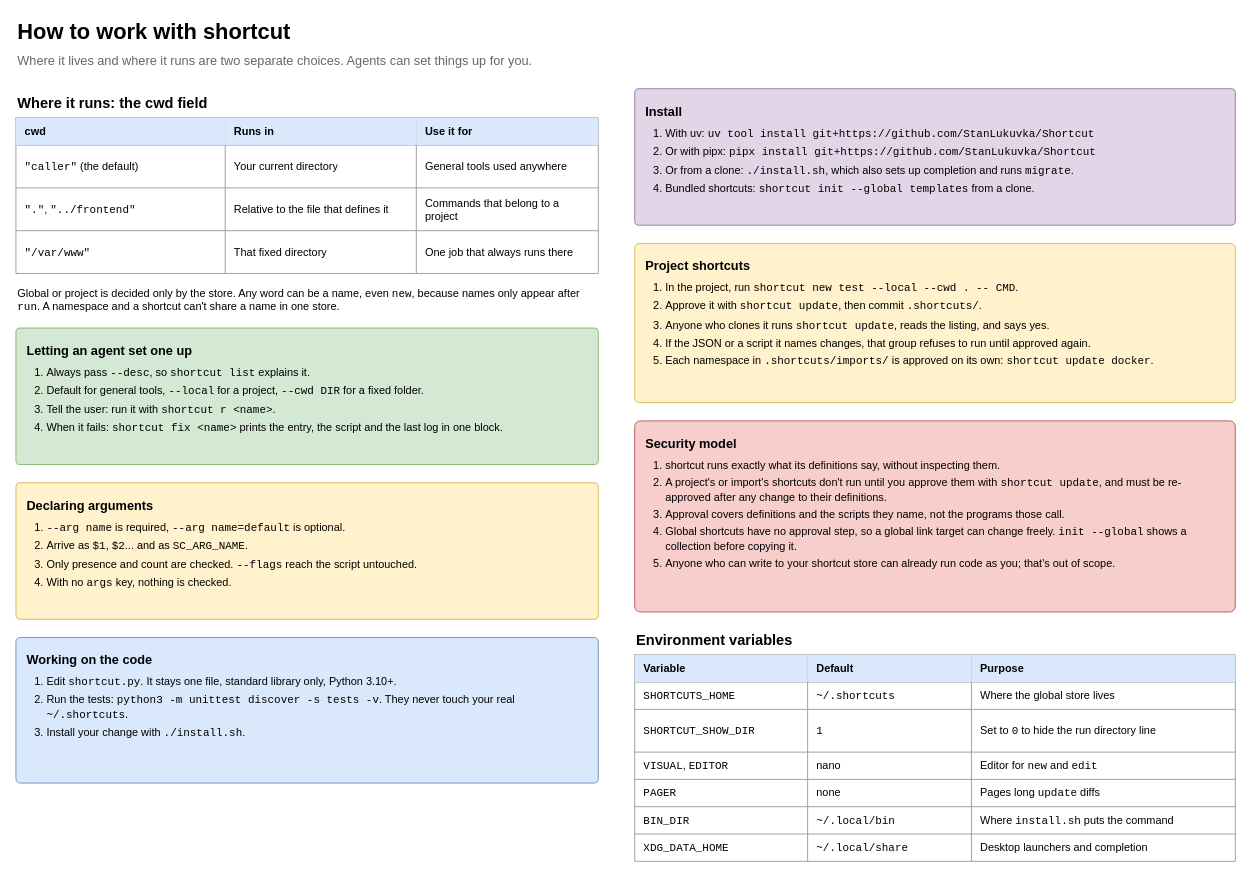
StanLukuvka/Shortcut keeps this draw.io diagram as page "3 Working with it" (3 of 5) of docs/shortcut-overview.drawio. Above is the earlier version. Source tidied: cells renumbered, new cells numbered last; positions are measured from the earlier drawing's top-left corner, leaving out a move shared by most shapes. Both pictures are drawn from the tidied source at 91%, with x=0, y=0 at pixel (15, 15).
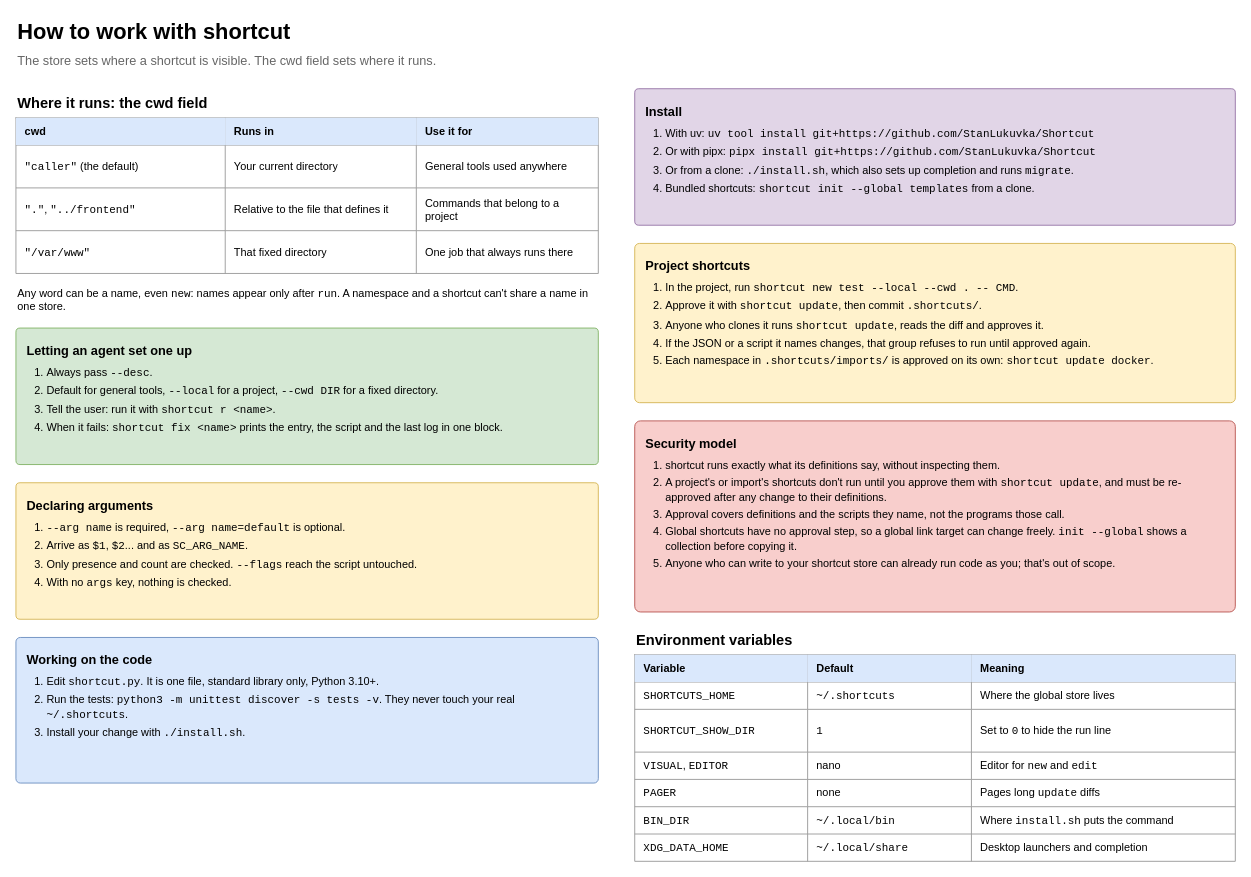
After the change.

Unchanged cells that the change refers to:
```xml
<mxCell id="31" style="shape=tableRow;horizontal=0;startSize=0;swimlaneHead=0;swimlaneBody=0;strokeColor=inherit;top=0;left=0;bottom=0;right=0;fillColor=none;html=1;" parent="30" vertex="1">
  <mxGeometry width="660" height="30" as="geometry" />
</mxCell>
<mxCell id="39" style="shape=tableRow;horizontal=0;startSize=0;swimlaneHead=0;swimlaneBody=0;strokeColor=inherit;top=0;left=0;bottom=0;right=0;fillColor=none;html=1;" parent="30" vertex="1">
  <mxGeometry y="60" width="660" height="47" as="geometry" />
</mxCell>
```

What changed in the source:
```diff
@@
-    <mxCell id="3" value="Where it lives and where it runs are two separate choices. Agents can set things up for you." style="text;html=1;align=left;verticalAlign=middle;fontSize=14;fontColor=#666666;strokeColor=none;fillColor=none;whiteSpace=wrap;" parent="1" vertex="1">
+    <mxCell id="3" value="The store sets where a shortcut is visible. The cwd field sets where it runs." style="text;html=1;align=left;verticalAlign=middle;fontSize=14;fontColor=#666666;strokeColor=none;fillColor=none;whiteSpace=wrap;" parent="1" vertex="1">
       <mxGeometry y="36" width="1340" height="26" as="geometry" />
     </mxCell>
@@
-    <mxCell id="22" value="Global or project is decided only by the store. Any word can be a name, even &lt;font face=&quot;monospace&quot;&gt;new&lt;/font&gt;, because names only appear after &lt;font face=&quot;monospace&quot;&gt;run&lt;/font&gt;. A namespace and a shortcut can't share a name in one store." style="text;html=1;align=left;verticalAlign=top;fontSize=12;strokeColor=none;fillColor=none;whiteSpace=wrap;" parent="1" vertex="1">
+    <mxCell id="22" value="Any word can be a name, even &lt;font face=&quot;monospace&quot;&gt;new&lt;/font&gt;: names appear only after &lt;font face=&quot;monospace&quot;&gt;run&lt;/font&gt;. A namespace and a shortcut can't share a name in one store." style="text;html=1;align=left;verticalAlign=top;fontSize=12;strokeColor=none;fillColor=none;whiteSpace=wrap;" parent="1" vertex="1">
       <mxGeometry y="291" width="640" height="44" as="geometry" />
     </mxCell>
@@
-    <mxCell id="24" value="&lt;b style='font-size:14px'&gt;Project shortcuts&lt;/b&gt;&lt;ol style='margin:8px 0 0 0;padding-left:22px'&gt;&lt;li style='margin-bottom:5px'&gt;In the project, run &lt;font face=&quot;monospace&quot;&gt;shortcut new test --local --cwd . -- CMD&lt;/font&gt;.&lt;/li&gt;&lt;li style='margin-bottom:5px'&gt;Approve it with &lt;font face=&quot;monospace&quot;&gt;shortcut update&lt;/font&gt;, then commit &lt;font face=&quot;monospace&quot;&gt;.shortcuts/&lt;/font&gt;.&lt;/li&gt;&lt;li style='margin-bottom:5px'&gt;Anyone who clones it runs &lt;font face=&quot;monospace&quot;&gt;shortcut update&lt;/font&gt;, reads the listing, and says yes.&lt;/li&gt;&lt;li style='margin-bottom:5px'&gt;If the JSON or a script it names changes, that group refuses to run until approved again.&lt;/li&gt;&lt;li style='margin-bottom:5px'&gt;Each namespace in &lt;font face=&quot;monospace&quot;&gt;.shortcuts/imports/&lt;/font&gt; is approved on its own: &lt;font face=&quot;monospace&quot;&gt;shortcut update docker&lt;/font&gt;.&lt;/li&gt;&lt;/ol&gt;" style="rounded=1;whiteSpace=wrap;html=1;arcSize=3;fillColor=#fff2cc;strokeColor=#d6b656;fontSize=12;align=left;verticalAlign=top;spacing=12;" parent="1" vertex="1">
+    <mxCell id="24" value="&lt;b style='font-size:14px'&gt;Project shortcuts&lt;/b&gt;&lt;ol style='margin:8px 0 0 0;padding-left:22px'&gt;&lt;li style='margin-bottom:5px'&gt;In the project, run &lt;font face=&quot;monospace&quot;&gt;shortcut new test --local --cwd . -- CMD&lt;/font&gt;.&lt;/li&gt;&lt;li style='margin-bottom:5px'&gt;Approve it with &lt;font face=&quot;monospace&quot;&gt;shortcut update&lt;/font&gt;, then commit &lt;font face=&quot;monospace&quot;&gt;.shortcuts/&lt;/font&gt;.&lt;/li&gt;&lt;li style='margin-bottom:5px'&gt;Anyone who clones it runs &lt;font face=&quot;monospace&quot;&gt;shortcut update&lt;/font&gt;, reads the diff and approves it.&lt;/li&gt;&lt;li style='margin-bottom:5px'&gt;If the JSON or a script it names changes, that group refuses to run until approved again.&lt;/li&gt;&lt;li style='margin-bottom:5px'&gt;Each namespace in &lt;font face=&quot;monospace&quot;&gt;.shortcuts/imports/&lt;/font&gt; is approved on its own: &lt;font face=&quot;monospace&quot;&gt;shortcut update docker&lt;/font&gt;.&lt;/li&gt;&lt;/ol&gt;" style="rounded=1;whiteSpace=wrap;html=1;arcSize=3;fillColor=#fff2cc;strokeColor=#d6b656;fontSize=12;align=left;verticalAlign=top;spacing=12;" parent="1" vertex="1">
       <mxGeometry x="680" y="250" width="660" height="175" as="geometry" />
     </mxCell>
@@
-    <mxCell id="26" value="&lt;b style='font-size:14px'&gt;Letting an agent set one up&lt;/b&gt;&lt;ol style='margin:8px 0 0 0;padding-left:22px'&gt;&lt;li style='margin-bottom:5px'&gt;Always pass &lt;font face=&quot;monospace&quot;&gt;--desc&lt;/font&gt;, so &lt;font face=&quot;monospace&quot;&gt;shortcut list&lt;/font&gt; explains it.&lt;/li&gt;&lt;li style='margin-bottom:5px'&gt;Default for general tools, &lt;font face=&quot;monospace&quot;&gt;--local&lt;/font&gt; for a project, &lt;font face=&quot;monospace&quot;&gt;--cwd DIR&lt;/font&gt; for a fixed folder.&lt;/li&gt;&lt;li style='margin-bottom:5px'&gt;Tell the user: run it with &lt;font face=&quot;monospace&quot;&gt;shortcut r &amp;lt;name&amp;gt;&lt;/font&gt;.&lt;/li&gt;&lt;li style='margin-bottom:5px'&gt;When it fails: &lt;font face=&quot;monospace&quot;&gt;shortcut fix &amp;lt;name&amp;gt;&lt;/font&gt; prints the entry, the script and the last log in one block.&lt;/li&gt;&lt;/ol&gt;" style="rounded=1;whiteSpace=wrap;html=1;arcSize=3;fillColor=#d5e8d4;strokeColor=#82b366;fontSize=12;align=left;verticalAlign=top;spacing=12;" parent="1" vertex="1">
+    <mxCell id="26" value="&lt;b style='font-size:14px'&gt;Letting an agent set one up&lt;/b&gt;&lt;ol style='margin:8px 0 0 0;padding-left:22px'&gt;&lt;li style='margin-bottom:5px'&gt;Always pass &lt;font face=&quot;monospace&quot;&gt;--desc&lt;/font&gt;.&lt;/li&gt;&lt;li style='margin-bottom:5px'&gt;Default for general tools, &lt;font face=&quot;monospace&quot;&gt;--local&lt;/font&gt; for a project, &lt;font face=&quot;monospace&quot;&gt;--cwd DIR&lt;/font&gt; for a fixed directory.&lt;/li&gt;&lt;li style='margin-bottom:5px'&gt;Tell the user: run it with &lt;font face=&quot;monospace&quot;&gt;shortcut r &amp;lt;name&amp;gt;&lt;/font&gt;.&lt;/li&gt;&lt;li style='margin-bottom:5px'&gt;When it fails: &lt;font face=&quot;monospace&quot;&gt;shortcut fix &amp;lt;name&amp;gt;&lt;/font&gt; prints the entry, the script and the last log in one block.&lt;/li&gt;&lt;/ol&gt;" style="rounded=1;whiteSpace=wrap;html=1;arcSize=3;fillColor=#d5e8d4;strokeColor=#82b366;fontSize=12;align=left;verticalAlign=top;spacing=12;" parent="1" vertex="1">
       <mxGeometry y="343" width="640" height="150" as="geometry" />
     </mxCell>
@@
-    <mxCell id="28" value="&lt;b style='font-size:14px'&gt;Working on the code&lt;/b&gt;&lt;ol style='margin:8px 0 0 0;padding-left:22px'&gt;&lt;li style='margin-bottom:5px'&gt;Edit &lt;font face=&quot;monospace&quot;&gt;shortcut.py&lt;/font&gt;. It stays one file, standard library only, Python 3.10+.&lt;/li&gt;&lt;li style='margin-bottom:5px'&gt;Run the tests: &lt;font face=&quot;monospace&quot;&gt;python3 -m unittest discover -s tests -v&lt;/font&gt;. They never touch your real &lt;font face=&quot;monospace&quot;&gt;~/.shortcuts&lt;/font&gt;.&lt;/li&gt;&lt;li style='margin-bottom:5px'&gt;Install your change with &lt;font face=&quot;monospace&quot;&gt;./install.sh&lt;/font&gt;.&lt;/li&gt;&lt;/ol&gt;" style="rounded=1;whiteSpace=wrap;html=1;arcSize=3;fillColor=#dae8fc;strokeColor=#6c8ebf;fontSize=12;align=left;verticalAlign=top;spacing=12;" parent="1" vertex="1">
+    <mxCell id="28" value="&lt;b style='font-size:14px'&gt;Working on the code&lt;/b&gt;&lt;ol style='margin:8px 0 0 0;padding-left:22px'&gt;&lt;li style='margin-bottom:5px'&gt;Edit &lt;font face=&quot;monospace&quot;&gt;shortcut.py&lt;/font&gt;. It is one file, standard library only, Python 3.10+.&lt;/li&gt;&lt;li style='margin-bottom:5px'&gt;Run the tests: &lt;font face=&quot;monospace&quot;&gt;python3 -m unittest discover -s tests -v&lt;/font&gt;. They never touch your real &lt;font face=&quot;monospace&quot;&gt;~/.shortcuts&lt;/font&gt;.&lt;/li&gt;&lt;li style='margin-bottom:5px'&gt;Install your change with &lt;font face=&quot;monospace&quot;&gt;./install.sh&lt;/font&gt;.&lt;/li&gt;&lt;/ol&gt;" style="rounded=1;whiteSpace=wrap;html=1;arcSize=3;fillColor=#dae8fc;strokeColor=#6c8ebf;fontSize=12;align=left;verticalAlign=top;spacing=12;" parent="1" vertex="1">
       <mxGeometry y="683" width="640" height="160" as="geometry" />
     </mxCell>
@@
-    <mxCell id="34" value="&lt;b&gt;Purpose&lt;/b&gt;" style="shape=partialRectangle;html=1;whiteSpace=wrap;strokeColor=inherit;overflow=hidden;fillColor=#dae8fc;top=0;left=0;bottom=0;right=0;align=left;verticalAlign=middle;spacingLeft=8;spacingRight=6;fontSize=12;" parent="31" vertex="1">
+    <mxCell id="34" value="&lt;b&gt;Meaning&lt;/b&gt;" style="shape=partialRectangle;html=1;whiteSpace=wrap;strokeColor=inherit;overflow=hidden;fillColor=#dae8fc;top=0;left=0;bottom=0;right=0;align=left;verticalAlign=middle;spacingLeft=8;spacingRight=6;fontSize=12;" parent="31" vertex="1">
       <mxGeometry x="370" width="290" height="30" as="geometry" />
     </mxCell>
@@
-    <mxCell id="42" value="Set to &lt;font face=&quot;monospace&quot;&gt;0&lt;/font&gt; to hide the run directory line" style="shape=partialRectangle;html=1;whiteSpace=wrap;strokeColor=inherit;overflow=hidden;fillColor=none;top=0;left=0;bottom=0;right=0;align=left;verticalAlign=middle;spacingLeft=8;spacingRight=6;fontSize=12;" parent="39" vertex="1">
+    <mxCell id="42" value="Set to &lt;font face=&quot;monospace&quot;&gt;0&lt;/font&gt; to hide the run line" style="shape=partialRectangle;html=1;whiteSpace=wrap;strokeColor=inherit;overflow=hidden;fillColor=none;top=0;left=0;bottom=0;right=0;align=left;verticalAlign=middle;spacingLeft=8;spacingRight=6;fontSize=12;" parent="39" vertex="1">
       <mxGeometry x="370" width="290" height="47" as="geometry" />
     </mxCell>
```
